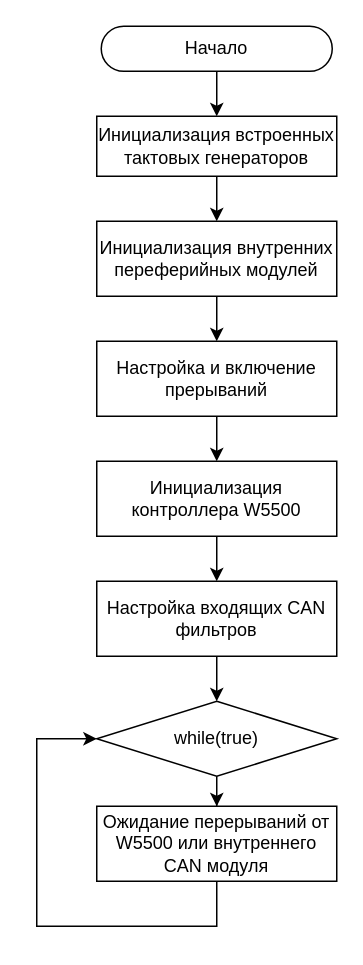
Earlier version of the draw.io diagram page "рис 15 алгоритм работы шлюза" (6 of 12) of pic.drawio (mmm-da/vkr-report). Source tidied: cells renumbered, new cells numbered last; positions are measured from the earlier drawing's top-left corner, leaving out a move shared by most shapes. Both pictures are drawn from the tidied source at 150%, with x=0, y=0 at pixel (36, 26).
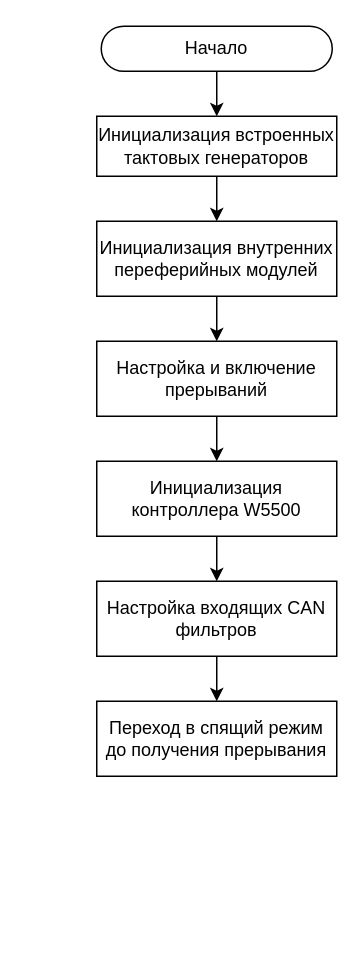
Above is the later version.

Diff of the diagram source:
```diff
@@
 <mxGraphModel>
   <root>
     <mxCell id="0" />
     <mxCell id="1" parent="0" />
     <mxCell id="2" style="edgeStyle=orthogonalEdgeStyle;rounded=0;jettySize=auto;html=1;entryX=0.5;entryY=0;entryDx=0;entryDy=0;" parent="1" edge="1" source="3" target="5">
       <mxGeometry relative="1" as="geometry" />
     </mxCell>
     <mxCell id="3" value="Начало" style="rounded=1;whiteSpace=wrap;html=1;arcSize=50;" parent="1" vertex="1">
       <mxGeometry x="43" width="154" height="30" as="geometry" />
     </mxCell>
     <mxCell id="4" style="edgeStyle=orthogonalEdgeStyle;rounded=0;jettySize=auto;html=1;entryX=0.5;entryY=0;entryDx=0;entryDy=0;" parent="1" edge="1" source="5" target="7">
       <mxGeometry relative="1" as="geometry" />
     </mxCell>
     <mxCell id="5" value="Инициализация встроенных тактовых генераторов" style="rounded=0;whiteSpace=wrap;html=1;" parent="1" vertex="1">
       <mxGeometry x="40" y="60" width="160" height="40" as="geometry" />
     </mxCell>
     <mxCell id="6" style="edgeStyle=orthogonalEdgeStyle;rounded=0;jettySize=auto;html=1;entryX=0.5;entryY=0;entryDx=0;entryDy=0;" parent="1" edge="1" source="7" target="9">
       <mxGeometry relative="1" as="geometry" />
     </mxCell>
     <mxCell id="7" value="Инициализация внутренних переферийных модулей" style="rounded=0;whiteSpace=wrap;html=1;" parent="1" vertex="1">
       <mxGeometry x="40" y="130" width="160" height="50" as="geometry" />
     </mxCell>
     <mxCell id="8" style="edgeStyle=orthogonalEdgeStyle;rounded=0;jettySize=auto;html=1;entryX=0.5;entryY=0;entryDx=0;entryDy=0;" parent="1" edge="1" source="9" target="11">
       <mxGeometry relative="1" as="geometry" />
     </mxCell>
     <mxCell id="9" value="Настройка и включение прерываний" style="rounded=0;whiteSpace=wrap;html=1;" parent="1" vertex="1">
       <mxGeometry x="40" y="210" width="160" height="50" as="geometry" />
     </mxCell>
     <mxCell id="10" style="edgeStyle=orthogonalEdgeStyle;rounded=0;jettySize=auto;html=1;entryX=0.5;entryY=0;entryDx=0;entryDy=0;" parent="1" edge="1" source="11" target="13">
       <mxGeometry relative="1" as="geometry" />
     </mxCell>
     <mxCell id="11" value="Инициализация контроллера W5500" style="rounded=0;whiteSpace=wrap;html=1;" parent="1" vertex="1">
       <mxGeometry x="40" y="290" width="160" height="50" as="geometry" />
     </mxCell>
-    <mxCell id="12" style="edgeStyle=orthogonalEdgeStyle;rounded=0;jettySize=auto;html=1;entryX=0.5;entryY=0;entryDx=0;entryDy=0;" parent="1" edge="1" source="13" target="15">
-      <mxGeometry relative="1" as="geometry" />
+    <mxCell id="12" style="edgeStyle=orthogonalEdgeStyle;rounded=0;jettySize=auto;html=1;entryX=0.5;entryY=0;entryDx=0;entryDy=0;" parent="1" edge="1" source="13">
+      <mxGeometry relative="1" as="geometry">
+        <mxPoint x="120" y="450" as="targetPoint" />
+      </mxGeometry>
     </mxCell>
     <mxCell id="13" value="Настройка входящих CAN фильтров" style="rounded=0;whiteSpace=wrap;html=1;" parent="1" vertex="1">
       <mxGeometry x="40" y="370" width="160" height="50" as="geometry" />
     </mxCell>
-    <mxCell id="14" style="edgeStyle=orthogonalEdgeStyle;rounded=0;jettySize=auto;html=1;" parent="1" edge="1" source="15" target="17">
-      <mxGeometry relative="1" as="geometry" />
-    </mxCell>
-    <mxCell id="15" value="while(true)" style="rhombus;whiteSpace=wrap;html=1;" parent="1" vertex="1">
-      <mxGeometry x="40" y="450" width="160" height="50" as="geometry" />
-    </mxCell>
-    <mxCell id="16" style="edgeStyle=orthogonalEdgeStyle;rounded=0;jettySize=auto;html=1;entryX=0;entryY=0.5;entryDx=0;entryDy=0;" parent="1" edge="1" source="17" target="15">
-      <mxGeometry relative="1" as="geometry">
-        <Array as="points">
-          <mxPoint x="120" y="600" />
-          <mxPoint y="600" />
-          <mxPoint y="475" />
-        </Array>
-      </mxGeometry>
-    </mxCell>
-    <mxCell id="17" value="Ожидание перерываний от W5500 или внутреннего CAN модуля" style="rounded=0;whiteSpace=wrap;html=1;" parent="1" vertex="1">
-      <mxGeometry x="40" y="520" width="160" height="50" as="geometry" />
-    </mxCell>
+    <mxCell id="18" value="Переход в спящий режим до получения прерывания" style="rounded=0;whiteSpace=wrap;html=1;" parent="1" vertex="1">
+      <mxGeometry x="40" y="450" width="160" height="50" as="geometry" />
+    </mxCell>
   </root>
 </mxGraphModel>
```
